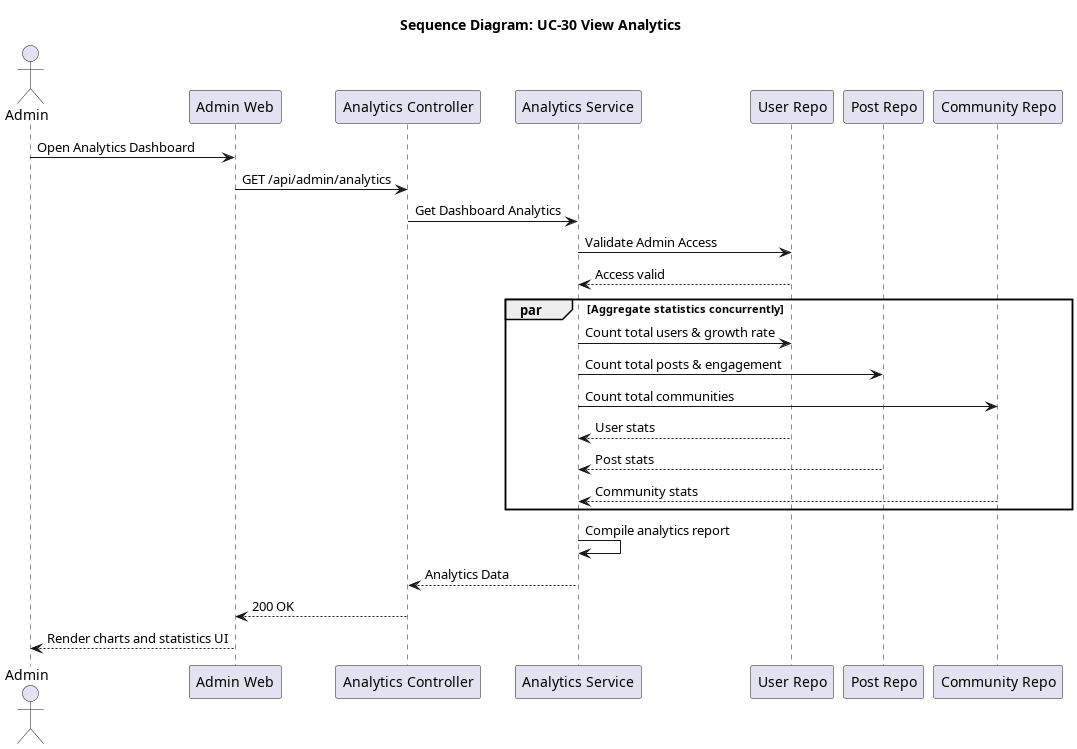
The PlantUML diagram docs/srs_add/SAD/diagrams/seq_30_view_analytics.png in giakiet05/lkforum-new, before a commit.
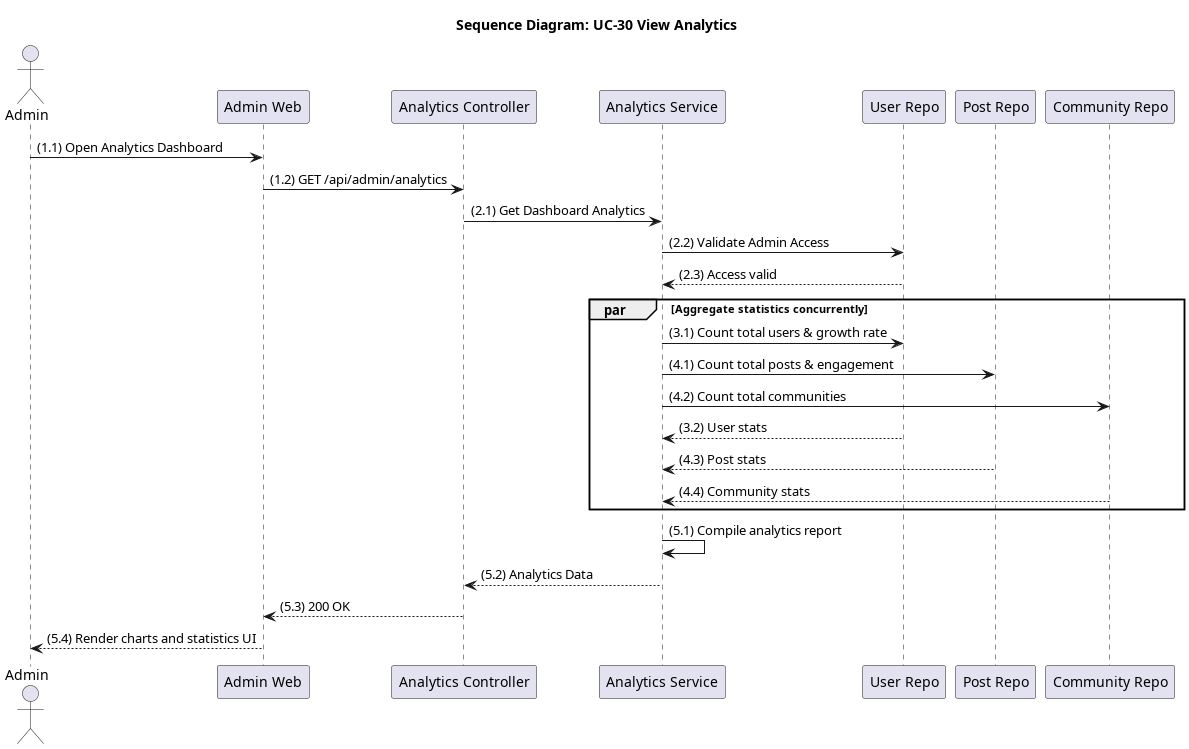
The same file after the commit.

What changed in the source:
```diff
@@ -9,23 +9,23 @@
 participant "Post Repo" as PostRepo
 participant "Community Repo" as CommRepo
 
-Admin -> Frontend: Open Analytics Dashboard
-Frontend -> Controller: GET /api/admin/analytics
-Controller -> Service: Get Dashboard Analytics
-Service -> UserRepo: Validate Admin Access
-UserRepo --> Service: Access valid
+Admin -> Frontend: (1.1) Open Analytics Dashboard
+Frontend -> Controller: (1.2) GET /api/admin/analytics
+Controller -> Service: (2.1) Get Dashboard Analytics
+Service -> UserRepo: (2.2) Validate Admin Access
+UserRepo --> Service: (2.3) Access valid
 
 par Aggregate statistics concurrently
-    Service -> UserRepo: Count total users & growth rate
-    Service -> PostRepo: Count total posts & engagement
-    Service -> CommRepo: Count total communities
-    UserRepo --> Service: User stats
-    PostRepo --> Service: Post stats
-    CommRepo --> Service: Community stats
+    Service -> UserRepo: (3.1) Count total users & growth rate
+    Service -> PostRepo: (4.1) Count total posts & engagement
+    Service -> CommRepo: (4.2) Count total communities
+    UserRepo --> Service: (3.2) User stats
+    PostRepo --> Service: (4.3) Post stats
+    CommRepo --> Service: (4.4) Community stats
 end
 
-Service -> Service: Compile analytics report
-Service --> Controller: Analytics Data
-Controller --> Frontend: 200 OK
-Frontend --> Admin: Render charts and statistics UI
+Service -> Service: (5.1) Compile analytics report
+Service --> Controller: (5.2) Analytics Data
+Controller --> Frontend: (5.3) 200 OK
+Frontend --> Admin: (5.4) Render charts and statistics UI
 @enduml
```
